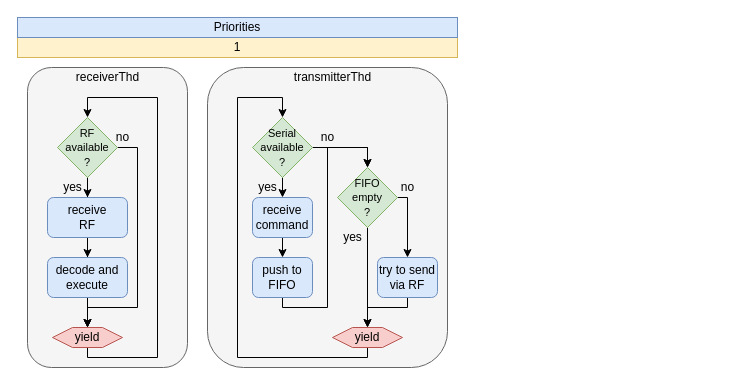
tjarker/Telemetry keeps this draw.io diagram as documentation/diagrams/SCU_threads.drawio. Above is the earlier version. Source tidied: cells renumbered, new cells numbered last; positions are measured from the earlier drawing's top-left corner, leaving out a move shared by most shapes. Both pictures are drawn from the tidied source at 100%, with x=0, y=0 at pixel (17, 17).
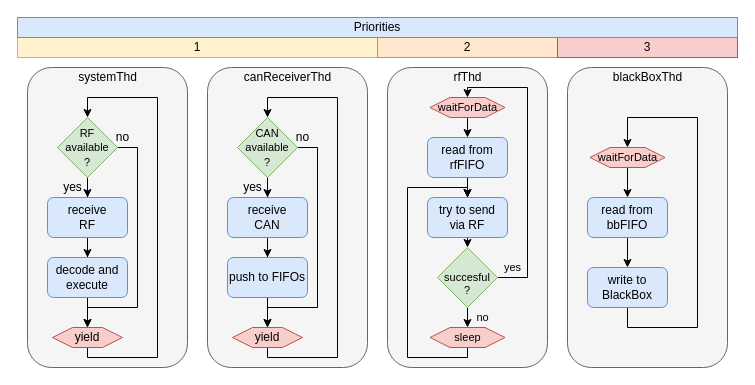
Above is the later version.

Commit message (it also covers changes not shown here):
update scu threads

The change refers to these unchanged cells:
```xml
<mxCell id="12" value="decode and execute" style="rounded=1;whiteSpace=wrap;html=1;fillColor=#dae8fc;strokeColor=#6c8ebf;" parent="1" vertex="1">
  <mxGeometry x="30" y="240" width="80" height="40" as="geometry" />
</mxCell>
<mxCell id="14" value="yield" style="shape=hexagon;perimeter=hexagonPerimeter2;whiteSpace=wrap;html=1;fixedSize=1;fillColor=#f8cecc;strokeColor=#b85450;" parent="1" vertex="1">
  <mxGeometry x="35" y="310" width="70" height="20" as="geometry" />
</mxCell>
```

Diff of the diagram source:
```diff
@@
+    <mxCell id="38" style="rounded=1;whiteSpace=wrap;html=1;fillColor=#f5f5f5;strokeColor=#666666;fontColor=#333333;" parent="1" vertex="1">
+      <mxGeometry x="190" y="50" width="160" height="300" as="geometry" />
+    </mxCell>
+    <mxCell id="39" value="canReceiverThd" style="text;html=1;align=center;verticalAlign=middle;strokeColor=none;" parent="1" vertex="1">
+      <mxGeometry x="220" y="50" width="100" height="20" as="geometry" />
+    </mxCell>
+    <mxCell id="40" style="edgeStyle=orthogonalEdgeStyle;rounded=0;jettySize=auto;html=1;entryX=0.5;entryY=0;entryDx=0;entryDy=0;" parent="1" edge="1" source="42" target="44">
+      <mxGeometry relative="1" as="geometry" />
+    </mxCell>
+    <mxCell id="41" style="edgeStyle=orthogonalEdgeStyle;rounded=0;jettySize=auto;html=1;exitX=1;exitY=0.5;exitDx=0;exitDy=0;entryX=0.5;entryY=0;entryDx=0;entryDy=0;" parent="1" edge="1" source="42" target="26">
+      <mxGeometry relative="1" as="geometry">
+        <Array as="points">
+          <mxPoint x="300" y="130" />
+          <mxPoint x="300" y="290" />
+          <mxPoint x="250" y="290" />
+        </Array>
+      </mxGeometry>
+    </mxCell>
+    <mxCell id="42" value="&lt;font style=&quot;font-size: 11px&quot;&gt;CAN&lt;br&gt;available&lt;br&gt;?&lt;/font&gt;" style="rhombus;whiteSpace=wrap;html=1;fillColor=#d5e8d4;strokeColor=#82b366;" parent="1" vertex="1">
+      <mxGeometry x="220" y="100" width="60" height="60" as="geometry" />
+    </mxCell>
+    <mxCell id="43" style="edgeStyle=orthogonalEdgeStyle;rounded=0;jettySize=auto;html=1;entryX=0.5;entryY=0;entryDx=0;entryDy=0;" parent="1" edge="1" source="44" target="46">
+      <mxGeometry relative="1" as="geometry" />
+    </mxCell>
+    <mxCell id="44" value="receive&lt;br&gt;CAN" style="rounded=1;whiteSpace=wrap;html=1;fillColor=#dae8fc;strokeColor=#6c8ebf;" parent="1" vertex="1">
+      <mxGeometry x="210" y="180" width="80" height="40" as="geometry" />
+    </mxCell>
+    <mxCell id="45" style="edgeStyle=orthogonalEdgeStyle;rounded=0;jettySize=auto;html=1;exitX=0.5;exitY=1;exitDx=0;exitDy=0;entryX=0.5;entryY=0;entryDx=0;entryDy=0;" parent="1" edge="1" source="46" target="26">
+      <mxGeometry relative="1" as="geometry" />
+    </mxCell>
+    <mxCell id="46" value="push to FIFOs" style="rounded=1;whiteSpace=wrap;html=1;fillColor=#dae8fc;strokeColor=#6c8ebf;" parent="1" vertex="1">
+      <mxGeometry x="210" y="240" width="80" height="40" as="geometry" />
+    </mxCell>
+    <mxCell id="47" style="edgeStyle=orthogonalEdgeStyle;rounded=0;jettySize=auto;html=1;exitX=0.5;exitY=1;exitDx=0;exitDy=0;entryX=0.5;entryY=0;entryDx=0;entryDy=0;" parent="1" edge="1" source="26" target="42">
+      <mxGeometry relative="1" as="geometry">
+        <Array as="points">
+          <mxPoint x="250" y="340" />
+          <mxPoint x="320" y="340" />
+          <mxPoint x="320" y="80" />
+          <mxPoint x="250" y="80" />
+        </Array>
+      </mxGeometry>
+    </mxCell>
+    <mxCell id="26" value="yield" style="shape=hexagon;perimeter=hexagonPerimeter2;whiteSpace=wrap;html=1;fixedSize=1;fillColor=#f8cecc;strokeColor=#b85450;" parent="1" vertex="1">
+      <mxGeometry x="215" y="310" width="70" height="20" as="geometry" />
+    </mxCell>
+    <mxCell id="48" value="yes" style="text;html=1;align=center;verticalAlign=middle;strokeColor=none;" parent="1" vertex="1">
+      <mxGeometry x="220" y="160" width="30" height="20" as="geometry" />
+    </mxCell>
+    <mxCell id="49" value="no" style="text;html=1;align=center;verticalAlign=middle;strokeColor=none;" parent="1" vertex="1">
+      <mxGeometry x="270" y="110" width="30" height="20" as="geometry" />
+    </mxCell>
     <mxCell id="2" value="1" style="rounded=0;whiteSpace=wrap;html=1;fillColor=#fff2cc;strokeColor=#d6b656;" parent="1" vertex="1">
-      <mxGeometry y="20" width="440" height="20" as="geometry" />
+      <mxGeometry y="20" width="360" height="20" as="geometry" />
     </mxCell>
@@
-    <mxCell id="4" value="receiverThd" style="text;html=1;align=center;verticalAlign=middle;strokeColor=none;" parent="1" vertex="1">
-      <mxGeometry x="50" y="50" width="80" height="20" as="geometry" />
+    <mxCell id="4" value="systemThd" style="text;html=1;align=center;verticalAlign=middle;strokeColor=none;" parent="1" vertex="1">
+      <mxGeometry x="55" y="50" width="70" height="20" as="geometry" />
     </mxCell>
@@
-    <mxCell id="11" style="edgeStyle=orthogonalEdgeStyle;rounded=0;jettySize=auto;html=1;" parent="1" edge="1" source="12" target="14">
-      <mxGeometry relative="1" as="geometry" />
-    </mxCell>
@@
+    <mxCell id="50" value="2" style="rounded=0;whiteSpace=wrap;html=1;fillColor=#ffe6cc;strokeColor=#d79b00;" parent="1" vertex="1">
+      <mxGeometry x="360" y="20" width="180" height="20" as="geometry" />
+    </mxCell>
+    <mxCell id="51" value="3" style="rounded=0;whiteSpace=wrap;html=1;fillColor=#f8cecc;strokeColor=#b85450;" parent="1" vertex="1">
+      <mxGeometry x="540" y="20" width="180" height="20" as="geometry" />
+    </mxCell>
     <mxCell id="17" value="Priorities" style="rounded=0;whiteSpace=wrap;html=1;fillColor=#dae8fc;strokeColor=#6c8ebf;align=center;" parent="1" vertex="1">
-      <mxGeometry width="440" height="20" as="geometry" />
+      <mxGeometry width="720" height="20" as="geometry" />
     </mxCell>
-    <mxCell id="18" style="rounded=1;whiteSpace=wrap;html=1;fillColor=#f5f5f5;strokeColor=#666666;fontColor=#333333;" parent="1" vertex="1">
-      <mxGeometry x="190" y="50" width="240" height="300" as="geometry" />
-    </mxCell>
-    <mxCell id="19" value="transmitterThd" style="text;html=1;align=center;verticalAlign=middle;strokeColor=none;" parent="1" vertex="1">
-      <mxGeometry x="270" y="50" width="90" height="20" as="geometry" />
-    </mxCell>
-    <mxCell id="20" style="edgeStyle=orthogonalEdgeStyle;rounded=0;jettySize=auto;html=1;exitX=1;exitY=0.5;exitDx=0;exitDy=0;entryX=0.5;entryY=0;entryDx=0;entryDy=0;" parent="1" edge="1" source="22" target="31">
-      <mxGeometry relative="1" as="geometry" />
-    </mxCell>
-    <mxCell id="21" style="edgeStyle=orthogonalEdgeStyle;rounded=0;jettySize=auto;html=1;exitX=0.5;exitY=1;exitDx=0;exitDy=0;entryX=0.5;entryY=0;entryDx=0;entryDy=0;" parent="1" edge="1" source="22" target="35">
-      <mxGeometry relative="1" as="geometry" />
-    </mxCell>
-    <mxCell id="22" value="&lt;span style=&quot;font-size: 11px&quot;&gt;Serial available&lt;br&gt;?&lt;/span&gt;" style="rhombus;whiteSpace=wrap;html=1;fillColor=#d5e8d4;strokeColor=#82b366;" parent="1" vertex="1">
-      <mxGeometry x="235" y="100" width="60" height="60" as="geometry" />
-    </mxCell>
-    <mxCell id="23" style="edgeStyle=orthogonalEdgeStyle;rounded=0;jettySize=auto;html=1;exitX=0.5;exitY=1;exitDx=0;exitDy=0;entryX=0.5;entryY=0;entryDx=0;entryDy=0;" parent="1" edge="1" source="24" target="31">
-      <mxGeometry relative="1" as="geometry">
-        <Array as="points">
-          <mxPoint x="265" y="290" />
-          <mxPoint x="310" y="290" />
-          <mxPoint x="310" y="130" />
-          <mxPoint x="350" y="130" />
-        </Array>
-      </mxGeometry>
-    </mxCell>
-    <mxCell id="24" value="push to FIFO" style="rounded=1;whiteSpace=wrap;html=1;fillColor=#dae8fc;strokeColor=#6c8ebf;" parent="1" vertex="1">
-      <mxGeometry x="235" y="240" width="60" height="40" as="geometry" />
-    </mxCell>
-    <mxCell id="25" style="edgeStyle=orthogonalEdgeStyle;rounded=0;jettySize=auto;html=1;exitX=0.5;exitY=1;exitDx=0;exitDy=0;entryX=0.5;entryY=0;entryDx=0;entryDy=0;" parent="1" edge="1" source="26" target="22">
-      <mxGeometry relative="1" as="geometry">
-        <Array as="points">
-          <mxPoint x="350" y="340" />
-          <mxPoint x="220" y="340" />
-          <mxPoint x="220" y="80" />
-          <mxPoint x="265" y="80" />
-        </Array>
-      </mxGeometry>
-    </mxCell>
-    <mxCell id="26" value="yield" style="shape=hexagon;perimeter=hexagonPerimeter2;whiteSpace=wrap;html=1;fixedSize=1;fillColor=#f8cecc;strokeColor=#b85450;" parent="1" vertex="1">
-      <mxGeometry x="315" y="310" width="70" height="20" as="geometry" />
-    </mxCell>
-    <mxCell id="27" value="yes" style="text;html=1;align=center;verticalAlign=middle;strokeColor=none;" parent="1" vertex="1">
-      <mxGeometry x="235" y="160" width="30" height="20" as="geometry" />
-    </mxCell>
-    <mxCell id="28" value="no" style="text;html=1;align=center;verticalAlign=middle;strokeColor=none;" parent="1" vertex="1">
-      <mxGeometry x="295" y="110" width="30" height="20" as="geometry" />
-    </mxCell>
-    <mxCell id="29" style="edgeStyle=orthogonalEdgeStyle;rounded=0;jettySize=auto;html=1;exitX=1;exitY=0.5;exitDx=0;exitDy=0;entryX=0.5;entryY=0;entryDx=0;entryDy=0;" parent="1" edge="1" source="31" target="33">
-      <mxGeometry relative="1" as="geometry">
-        <Array as="points">
-          <mxPoint x="390" y="180" />
-        </Array>
-      </mxGeometry>
-    </mxCell>
-    <mxCell id="30" style="edgeStyle=orthogonalEdgeStyle;rounded=0;jettySize=auto;html=1;exitX=0.5;exitY=1;exitDx=0;exitDy=0;entryX=0.5;entryY=0;entryDx=0;entryDy=0;" parent="1" edge="1" source="31" target="26">
-      <mxGeometry relative="1" as="geometry" />
-    </mxCell>
-    <mxCell id="31" value="&lt;span style=&quot;font-size: 11px&quot;&gt;FIFO empty&lt;br&gt;?&lt;/span&gt;" style="rhombus;whiteSpace=wrap;html=1;fillColor=#d5e8d4;strokeColor=#82b366;" parent="1" vertex="1">
-      <mxGeometry x="320" y="150" width="60" height="60" as="geometry" />
-    </mxCell>
-    <mxCell id="32" style="edgeStyle=orthogonalEdgeStyle;rounded=0;jettySize=auto;html=1;exitX=0.5;exitY=1;exitDx=0;exitDy=0;" parent="1" edge="1" source="33">
-      <mxGeometry relative="1" as="geometry">
-        <mxPoint x="350" y="310" as="targetPoint" />
-        <Array as="points">
-          <mxPoint x="390" y="290" />
-          <mxPoint x="350" y="290" />
-        </Array>
-      </mxGeometry>
-    </mxCell>
+    <mxCell id="52" style="rounded=1;whiteSpace=wrap;html=1;fillColor=#f5f5f5;strokeColor=#666666;fontColor=#333333;" parent="1" vertex="1">
+      <mxGeometry x="550" y="50" width="160" height="300" as="geometry" />
+    </mxCell>
+    <mxCell id="53" value="blackBoxThd" style="text;html=1;align=center;verticalAlign=middle;strokeColor=none;" parent="1" vertex="1">
+      <mxGeometry x="590" y="50" width="80" height="20" as="geometry" />
+    </mxCell>
+    <mxCell id="54" style="edgeStyle=orthogonalEdgeStyle;rounded=0;jettySize=auto;html=1;exitX=0.5;exitY=1;exitDx=0;exitDy=0;entryX=0.5;entryY=0;entryDx=0;entryDy=0;fontSize=11;" parent="1" edge="1" source="55" target="59">
+      <mxGeometry relative="1" as="geometry" />
+    </mxCell>
+    <mxCell id="55" value="read from bbFIFO" style="rounded=1;whiteSpace=wrap;html=1;fillColor=#dae8fc;strokeColor=#6c8ebf;" parent="1" vertex="1">
+      <mxGeometry x="570" y="180" width="80" height="40" as="geometry" />
+    </mxCell>
+    <mxCell id="56" style="edgeStyle=orthogonalEdgeStyle;rounded=0;jettySize=auto;html=1;exitX=0.5;exitY=1;exitDx=0;exitDy=0;entryX=0.5;entryY=0;entryDx=0;entryDy=0;fontSize=11;" parent="1" edge="1" source="57" target="55">
+      <mxGeometry relative="1" as="geometry" />
+    </mxCell>
+    <mxCell id="57" value="waitForData" style="shape=hexagon;perimeter=hexagonPerimeter2;whiteSpace=wrap;html=1;fixedSize=1;fillColor=#f8cecc;strokeColor=#b85450;fontSize=11;" parent="1" vertex="1">
+      <mxGeometry x="572.5" y="130" width="75" height="20" as="geometry" />
+    </mxCell>
+    <mxCell id="58" style="edgeStyle=orthogonalEdgeStyle;rounded=0;jettySize=auto;html=1;entryX=0.5;entryY=0;entryDx=0;entryDy=0;fontSize=11;" parent="1" edge="1" source="59" target="57">
+      <mxGeometry relative="1" as="geometry">
+        <Array as="points">
+          <mxPoint x="610" y="310" />
+          <mxPoint x="680" y="310" />
+          <mxPoint x="680" y="100" />
+          <mxPoint x="610" y="100" />
+        </Array>
+      </mxGeometry>
+    </mxCell>
+    <mxCell id="59" value="write to&lt;br&gt;BlackBox" style="rounded=1;whiteSpace=wrap;html=1;fillColor=#dae8fc;strokeColor=#6c8ebf;" parent="1" vertex="1">
+      <mxGeometry x="570" y="250" width="80" height="40" as="geometry" />
+    </mxCell>
+    <mxCell id="60" style="rounded=1;whiteSpace=wrap;html=1;fillColor=#f5f5f5;strokeColor=#666666;fontColor=#333333;" parent="1" vertex="1">
+      <mxGeometry x="370" y="50" width="160" height="300" as="geometry" />
+    </mxCell>
+    <mxCell id="61" value="rfThd" style="text;html=1;align=center;verticalAlign=middle;strokeColor=none;" parent="1" vertex="1">
+      <mxGeometry x="430" y="50" width="40" height="20" as="geometry" />
+    </mxCell>
+    <mxCell id="62" style="edgeStyle=orthogonalEdgeStyle;rounded=0;jettySize=auto;html=1;exitX=0.5;exitY=1;exitDx=0;exitDy=0;entryX=0.5;entryY=0;entryDx=0;entryDy=0;fontSize=11;" parent="1" edge="1" source="64" target="33">
+      <mxGeometry relative="1" as="geometry" />
+    </mxCell>
+    <mxCell id="63" style="edgeStyle=orthogonalEdgeStyle;rounded=0;jettySize=auto;html=1;" parent="1" edge="1" source="64" target="33">
+      <mxGeometry relative="1" as="geometry" />
+    </mxCell>
+    <mxCell id="64" value="read from rfFIFO" style="rounded=1;whiteSpace=wrap;html=1;fillColor=#dae8fc;strokeColor=#6c8ebf;" parent="1" vertex="1">
+      <mxGeometry x="410" y="120" width="80" height="40" as="geometry" />
+    </mxCell>
+    <mxCell id="65" style="edgeStyle=orthogonalEdgeStyle;rounded=0;jettySize=auto;html=1;exitX=0.5;exitY=1;exitDx=0;exitDy=0;entryX=0.5;entryY=0;entryDx=0;entryDy=0;fontSize=11;" parent="1" edge="1" source="66" target="64">
+      <mxGeometry relative="1" as="geometry" />
+    </mxCell>
+    <mxCell id="66" value="waitForData" style="shape=hexagon;perimeter=hexagonPerimeter2;whiteSpace=wrap;html=1;fixedSize=1;fillColor=#f8cecc;strokeColor=#b85450;fontSize=11;" parent="1" vertex="1">
+      <mxGeometry x="412.5" y="80" width="75" height="20" as="geometry" />
+    </mxCell>
+    <mxCell id="67" style="edgeStyle=orthogonalEdgeStyle;rounded=0;jettySize=auto;html=1;exitX=0.5;exitY=1;exitDx=0;exitDy=0;entryX=0.5;entryY=0;entryDx=0;entryDy=0;fontSize=10;" parent="1" edge="1" source="33" target="70">
+      <mxGeometry relative="1" as="geometry" />
+    </mxCell>
     <mxCell id="33" value="try to send&lt;br&gt;via RF" style="rounded=1;whiteSpace=wrap;html=1;fillColor=#dae8fc;strokeColor=#6c8ebf;" parent="1" vertex="1">
-      <mxGeometry x="360" y="240" width="60" height="40" as="geometry" />
+      <mxGeometry x="410" y="180" width="80" height="40" as="geometry" />
     </mxCell>
-    <mxCell id="34" style="edgeStyle=orthogonalEdgeStyle;rounded=0;jettySize=auto;html=1;exitX=0.5;exitY=1;exitDx=0;exitDy=0;entryX=0.5;entryY=0;entryDx=0;entryDy=0;" parent="1" edge="1" source="35" target="24">
-      <mxGeometry relative="1" as="geometry" />
-    </mxCell>
-    <mxCell id="35" value="receive command" style="rounded=1;whiteSpace=wrap;html=1;fillColor=#dae8fc;strokeColor=#6c8ebf;" parent="1" vertex="1">
-      <mxGeometry x="235" y="180" width="60" height="40" as="geometry" />
-    </mxCell>
-    <mxCell id="36" value="yes" style="text;html=1;align=center;verticalAlign=middle;strokeColor=none;" parent="1" vertex="1">
-      <mxGeometry x="320" y="210" width="30" height="20" as="geometry" />
-    </mxCell>
-    <mxCell id="37" value="no" style="text;html=1;align=center;verticalAlign=middle;strokeColor=none;" parent="1" vertex="1">
-      <mxGeometry x="375" y="160" width="30" height="20" as="geometry" />
-    </mxCell>
+    <mxCell id="68" style="edgeStyle=orthogonalEdgeStyle;rounded=0;jettySize=auto;html=1;exitX=0.5;exitY=1;exitDx=0;exitDy=0;entryX=0.5;entryY=0;entryDx=0;entryDy=0;fontSize=10;" parent="1" edge="1" source="70" target="72">
+      <mxGeometry relative="1" as="geometry" />
+    </mxCell>
+    <mxCell id="69" style="edgeStyle=orthogonalEdgeStyle;rounded=0;jettySize=auto;html=1;exitX=1;exitY=0.5;exitDx=0;exitDy=0;entryX=0.5;entryY=0;entryDx=0;entryDy=0;fontSize=11;" parent="1" edge="1" source="70" target="66">
+      <mxGeometry relative="1" as="geometry">
+        <Array as="points">
+          <mxPoint x="510" y="260" />
+          <mxPoint x="510" y="70" />
+          <mxPoint x="450" y="70" />
+        </Array>
+      </mxGeometry>
+    </mxCell>
+    <mxCell id="70" value="&lt;span style=&quot;font-size: 11px&quot;&gt;&lt;br style=&quot;font-size: 11px&quot;&gt;succesful&lt;br style=&quot;font-size: 11px&quot;&gt;&lt;/span&gt;?" style="rhombus;whiteSpace=wrap;html=1;fillColor=#d5e8d4;strokeColor=#82b366;fontSize=11;" parent="1" vertex="1">
+      <mxGeometry x="420" y="230" width="60" height="60" as="geometry" />
+    </mxCell>
+    <mxCell id="71" style="edgeStyle=orthogonalEdgeStyle;rounded=0;jettySize=auto;html=1;exitX=0.5;exitY=1;exitDx=0;exitDy=0;entryX=0.5;entryY=0;entryDx=0;entryDy=0;fontSize=10;" parent="1" edge="1" source="72" target="33">
+      <mxGeometry relative="1" as="geometry">
+        <Array as="points">
+          <mxPoint x="450" y="340" />
+          <mxPoint x="390" y="340" />
+          <mxPoint x="390" y="170" />
+          <mxPoint x="450" y="170" />
+        </Array>
+      </mxGeometry>
+    </mxCell>
+    <mxCell id="72" value="sleep" style="shape=hexagon;perimeter=hexagonPerimeter2;whiteSpace=wrap;html=1;fixedSize=1;fillColor=#f8cecc;strokeColor=#b85450;fontSize=11;" parent="1" vertex="1">
+      <mxGeometry x="412.5" y="310" width="75" height="20" as="geometry" />
+    </mxCell>
+    <mxCell id="73" value="no" style="text;html=1;align=center;verticalAlign=middle;strokeColor=none;fontSize=11;" parent="1" vertex="1">
+      <mxGeometry x="450" y="290" width="30" height="20" as="geometry" />
+    </mxCell>
+    <mxCell id="74" value="yes" style="text;html=1;align=center;verticalAlign=middle;strokeColor=none;fontSize=11;" parent="1" vertex="1">
+      <mxGeometry x="480" y="240" width="30" height="20" as="geometry" />
+    </mxCell>
```
